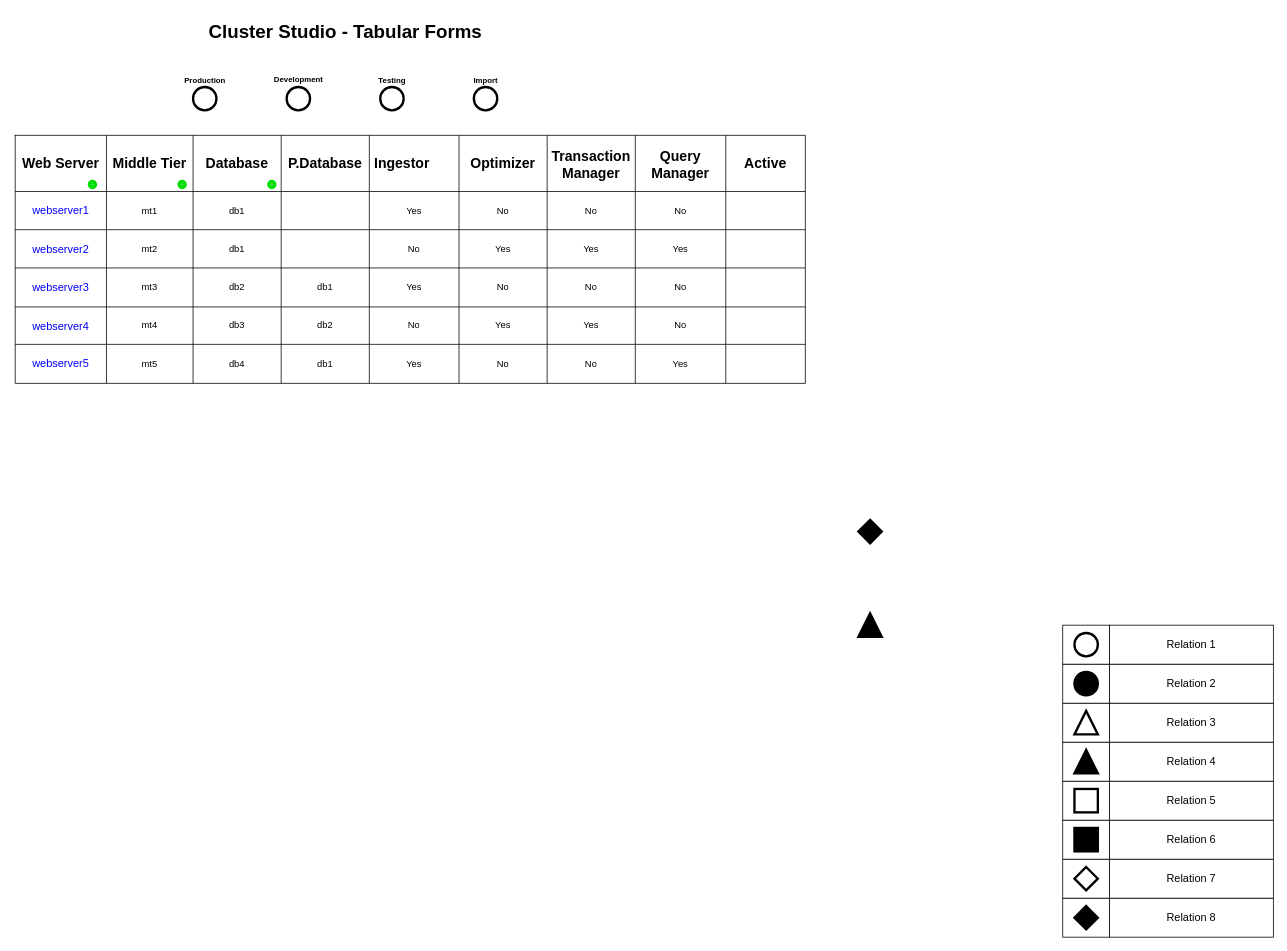
The draw.io diagram Untitled Diagram.drawio in rizwan0612/TestProject, before the edit. Source tidied: cells renumbered, new cells numbered last; positions are measured from the earlier drawing's top-left corner, leaving out a move shared by most shapes. Both pictures are drawn from the tidied source at 78%, with x=0, y=0 at pixel (15, 16). Pictures stored in the file or linked from it are replaced by grey dashed boxes.
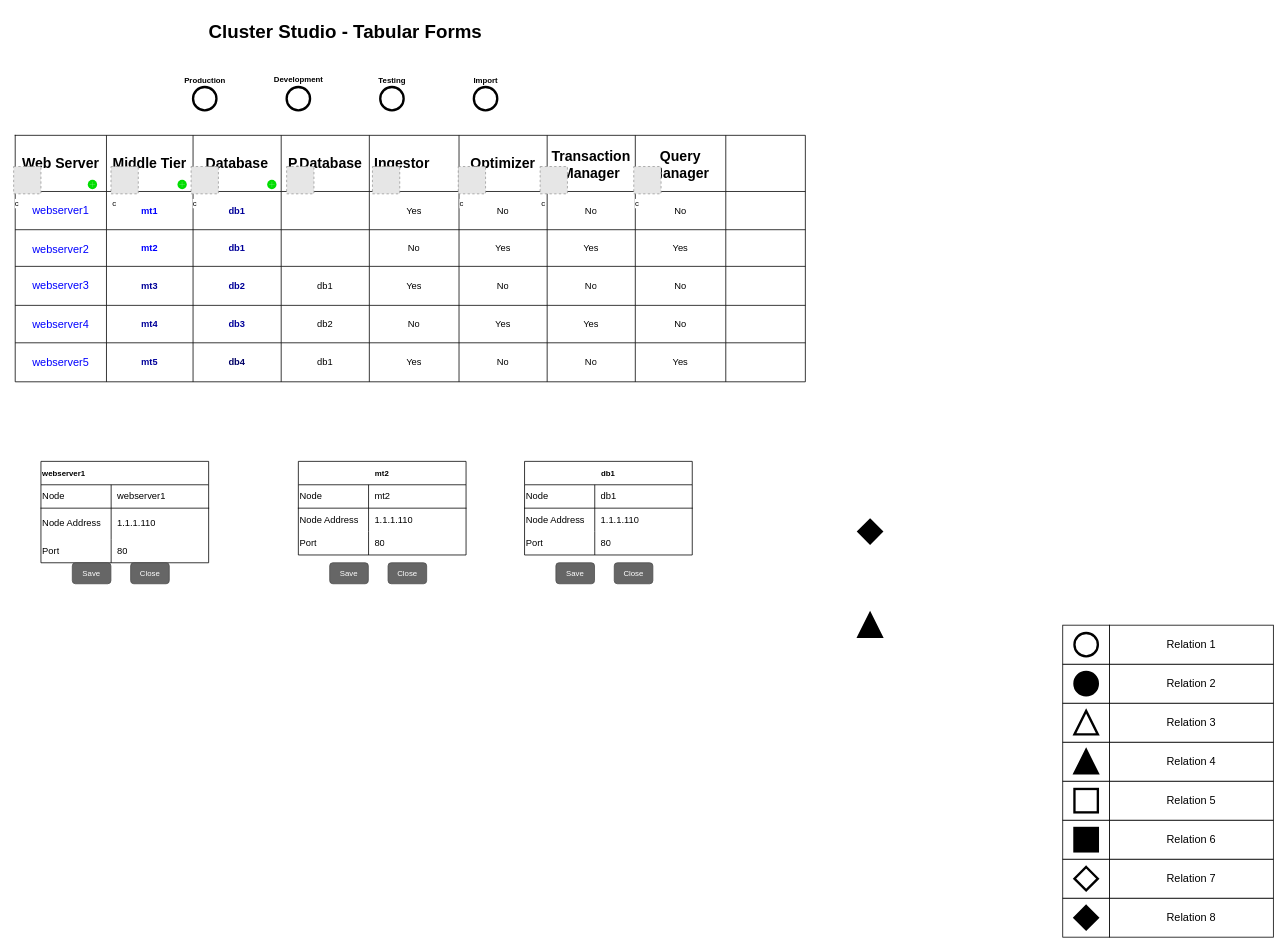
After the change.

Unchanged cells that the change refers to:
```xml
<mxCell id="3" style="shape=partialRectangle;html=1;whiteSpace=wrap;fillColor=none;top=0;left=0;bottom=0;right=0;" parent="2" vertex="1">
  <mxGeometry width="1013" height="72" as="geometry" />
</mxCell>
<mxCell id="13" style="shape=partialRectangle;html=1;whiteSpace=wrap;fillColor=none;top=0;left=0;bottom=0;right=0;" parent="2" vertex="1">
  <mxGeometry y="72" width="1013" height="49" as="geometry" />
</mxCell>
```

What changed in the source:
```diff
@@
     <mxCell id="2" style="shape=table;html=1;whiteSpace=wrap;startSize=0;childLayout=tableLayout;" parent="1" vertex="1">
-      <mxGeometry y="152" width="1013" height="318" as="geometry" />
+      <mxGeometry y="152" width="1013" height="316" as="geometry" />
     </mxCell>
@@
-    <mxCell id="12" value="&lt;h2&gt;Active&lt;/h2&gt;" style="shape=partialRectangle;html=1;whiteSpace=wrap;overflow=hidden;fillColor=none;top=0;left=0;bottom=0;right=0;" parent="3" vertex="1">
+    <mxCell id="12" value="&lt;h2&gt;&lt;br&gt;&lt;/h2&gt;" style="shape=partialRectangle;html=1;whiteSpace=wrap;overflow=hidden;fillColor=none;top=0;left=0;bottom=0;right=0;" parent="3" vertex="1">
       <mxGeometry x="911" width="102" height="72" as="geometry" />
     </mxCell>
@@
-    <mxCell id="15" value="mt1" style="shape=partialRectangle;html=1;whiteSpace=wrap;overflow=hidden;fillColor=none;top=0;left=0;bottom=0;right=0;" parent="13" vertex="1">
+    <mxCell id="15" value="&lt;font color=&quot;#0000ff&quot;&gt;&lt;b&gt;mt1&lt;/b&gt;&lt;/font&gt;" style="shape=partialRectangle;html=1;whiteSpace=wrap;overflow=hidden;fillColor=none;top=0;left=0;bottom=0;right=0;" parent="13" vertex="1">
       <mxGeometry x="117" width="111" height="49" as="geometry" />
     </mxCell>
-    <mxCell id="16" value="db1" style="shape=partialRectangle;html=1;whiteSpace=wrap;overflow=hidden;fillColor=none;top=0;left=0;bottom=0;right=0;" parent="13" vertex="1">
+    <mxCell id="16" value="&lt;font color=&quot;#000099&quot;&gt;&lt;b&gt;db1&lt;/b&gt;&lt;/font&gt;" style="shape=partialRectangle;html=1;whiteSpace=wrap;overflow=hidden;fillColor=none;top=0;left=0;bottom=0;right=0;" parent="13" vertex="1">
       <mxGeometry x="228" width="113" height="49" as="geometry" />
     </mxCell>
@@
     <mxCell id="23" style="shape=partialRectangle;html=1;whiteSpace=wrap;fillColor=none;top=0;left=0;bottom=0;right=0;" parent="2" vertex="1">
-      <mxGeometry y="121" width="1013" height="49" as="geometry" />
+      <mxGeometry y="121" width="1013" height="47" as="geometry" />
     </mxCell>
     <mxCell id="24" value="&lt;h3&gt;&lt;span style=&quot;font-weight: normal&quot;&gt;&lt;font color=&quot;#0000ff&quot;&gt;webserver2&lt;/font&gt;&lt;/span&gt;&lt;/h3&gt;" style="shape=partialRectangle;html=1;whiteSpace=wrap;overflow=hidden;fillColor=none;top=0;left=0;bottom=0;right=0;" parent="23" vertex="1">
-      <mxGeometry width="117" height="49" as="geometry" />
+      <mxGeometry width="117" height="47" as="geometry" />
     </mxCell>
-    <mxCell id="25" value="mt2" style="shape=partialRectangle;html=1;whiteSpace=wrap;overflow=hidden;fillColor=none;top=0;left=0;bottom=0;right=0;" parent="23" vertex="1">
-      <mxGeometry x="117" width="111" height="49" as="geometry" />
+    <mxCell id="25" value="&lt;font color=&quot;#0000ff&quot;&gt;&lt;b&gt;mt2&lt;/b&gt;&lt;/font&gt;" style="shape=partialRectangle;html=1;whiteSpace=wrap;overflow=hidden;fillColor=none;top=0;left=0;bottom=0;right=0;" parent="23" vertex="1">
+      <mxGeometry x="117" width="111" height="47" as="geometry" />
     </mxCell>
-    <mxCell id="26" value="db1" style="shape=partialRectangle;html=1;whiteSpace=wrap;overflow=hidden;fillColor=none;top=0;left=0;bottom=0;right=0;" parent="23" vertex="1">
-      <mxGeometry x="228" width="113" height="49" as="geometry" />
+    <mxCell id="26" value="&lt;font color=&quot;#000099&quot;&gt;&lt;b&gt;db1&lt;/b&gt;&lt;/font&gt;" style="shape=partialRectangle;html=1;whiteSpace=wrap;overflow=hidden;fillColor=none;top=0;left=0;bottom=0;right=0;" parent="23" vertex="1">
+      <mxGeometry x="228" width="113" height="47" as="geometry" />
     </mxCell>
     <mxCell id="27" style="shape=partialRectangle;html=1;whiteSpace=wrap;overflow=hidden;fillColor=none;top=0;left=0;bottom=0;right=0;" parent="23" vertex="1">
-      <mxGeometry x="341" width="113" height="49" as="geometry" />
+      <mxGeometry x="341" width="113" height="47" as="geometry" />
     </mxCell>
     <mxCell id="28" value="No" style="shape=partialRectangle;html=1;whiteSpace=wrap;overflow=hidden;fillColor=none;top=0;left=0;bottom=0;right=0;" parent="23" vertex="1">
-      <mxGeometry x="454" width="115" height="49" as="geometry" />
+      <mxGeometry x="454" width="115" height="47" as="geometry" />
     </mxCell>
     <mxCell id="29" value="Yes" style="shape=partialRectangle;html=1;whiteSpace=wrap;overflow=hidden;fillColor=none;top=0;left=0;bottom=0;right=0;" parent="23" vertex="1">
-      <mxGeometry x="569" width="113" height="49" as="geometry" />
+      <mxGeometry x="569" width="113" height="47" as="geometry" />
     </mxCell>
     <mxCell id="30" value="Yes" style="shape=partialRectangle;html=1;whiteSpace=wrap;overflow=hidden;fillColor=none;top=0;left=0;bottom=0;right=0;" parent="23" vertex="1">
-      <mxGeometry x="682" width="113" height="49" as="geometry" />
+      <mxGeometry x="682" width="113" height="47" as="geometry" />
     </mxCell>
     <mxCell id="31" value="Yes" style="shape=partialRectangle;html=1;whiteSpace=wrap;overflow=hidden;fillColor=none;top=0;left=0;bottom=0;right=0;" parent="23" vertex="1">
-      <mxGeometry x="795" width="116" height="49" as="geometry" />
+      <mxGeometry x="795" width="116" height="47" as="geometry" />
     </mxCell>
     <mxCell id="32" style="shape=partialRectangle;html=1;whiteSpace=wrap;overflow=hidden;fillColor=none;top=0;left=0;bottom=0;right=0;" parent="23" vertex="1">
-      <mxGeometry x="911" width="102" height="49" as="geometry" />
+      <mxGeometry x="911" width="102" height="47" as="geometry" />
     </mxCell>
     <mxCell id="33" style="shape=partialRectangle;html=1;whiteSpace=wrap;fillColor=none;top=0;left=0;bottom=0;right=0;" parent="2" vertex="1">
-      <mxGeometry y="170" width="1013" height="50" as="geometry" />
+      <mxGeometry y="168" width="1013" height="50" as="geometry" />
     </mxCell>
@@
-    <mxCell id="35" value="mt3" style="shape=partialRectangle;html=1;whiteSpace=wrap;overflow=hidden;fillColor=none;top=0;left=0;bottom=0;right=0;" parent="33" vertex="1">
+    <mxCell id="35" value="&lt;font color=&quot;#000099&quot;&gt;&lt;b&gt;mt3&lt;/b&gt;&lt;/font&gt;" style="shape=partialRectangle;html=1;whiteSpace=wrap;overflow=hidden;fillColor=none;top=0;left=0;bottom=0;right=0;" parent="33" vertex="1">
       <mxGeometry x="117" width="111" height="50" as="geometry" />
     </mxCell>
-    <mxCell id="36" value="db2" style="shape=partialRectangle;html=1;whiteSpace=wrap;overflow=hidden;fillColor=none;top=0;left=0;bottom=0;right=0;" parent="33" vertex="1">
+    <mxCell id="36" value="&lt;font color=&quot;#000099&quot;&gt;&lt;b&gt;db2&lt;/b&gt;&lt;/font&gt;" style="shape=partialRectangle;html=1;whiteSpace=wrap;overflow=hidden;fillColor=none;top=0;left=0;bottom=0;right=0;" parent="33" vertex="1">
       <mxGeometry x="228" width="113" height="50" as="geometry" />
     </mxCell>
@@
     <mxCell id="43" style="shape=partialRectangle;html=1;whiteSpace=wrap;fillColor=none;top=0;left=0;bottom=0;right=0;" parent="2" vertex="1">
-      <mxGeometry y="220" width="1013" height="48" as="geometry" />
+      <mxGeometry y="218" width="1013" height="48" as="geometry" />
     </mxCell>
@@
-    <mxCell id="45" value="mt4" style="shape=partialRectangle;html=1;whiteSpace=wrap;overflow=hidden;fillColor=none;top=0;left=0;bottom=0;right=0;" parent="43" vertex="1">
+    <mxCell id="45" value="&lt;font color=&quot;#000099&quot;&gt;&lt;b&gt;mt4&lt;/b&gt;&lt;/font&gt;" style="shape=partialRectangle;html=1;whiteSpace=wrap;overflow=hidden;fillColor=none;top=0;left=0;bottom=0;right=0;" parent="43" vertex="1">
       <mxGeometry x="117" width="111" height="48" as="geometry" />
     </mxCell>
-    <mxCell id="46" value="db3" style="shape=partialRectangle;html=1;whiteSpace=wrap;overflow=hidden;fillColor=none;top=0;left=0;bottom=0;right=0;" parent="43" vertex="1">
+    <mxCell id="46" value="&lt;font color=&quot;#000099&quot;&gt;&lt;b&gt;db3&lt;/b&gt;&lt;/font&gt;" style="shape=partialRectangle;html=1;whiteSpace=wrap;overflow=hidden;fillColor=none;top=0;left=0;bottom=0;right=0;" parent="43" vertex="1">
       <mxGeometry x="228" width="113" height="48" as="geometry" />
     </mxCell>
@@
     <mxCell id="53" style="shape=partialRectangle;html=1;whiteSpace=wrap;fillColor=none;top=0;left=0;bottom=0;right=0;" parent="2" vertex="1">
-      <mxGeometry y="268" width="1013" height="50" as="geometry" />
+      <mxGeometry y="266" width="1013" height="50" as="geometry" />
     </mxCell>
@@
-    <mxCell id="55" value="mt5" style="shape=partialRectangle;html=1;whiteSpace=wrap;overflow=hidden;fillColor=none;top=0;left=0;bottom=0;right=0;" parent="53" vertex="1">
+    <mxCell id="55" value="&lt;font color=&quot;#000099&quot;&gt;&lt;b&gt;mt5&lt;/b&gt;&lt;/font&gt;" style="shape=partialRectangle;html=1;whiteSpace=wrap;overflow=hidden;fillColor=none;top=0;left=0;bottom=0;right=0;" parent="53" vertex="1">
       <mxGeometry x="117" width="111" height="50" as="geometry" />
     </mxCell>
-    <mxCell id="56" value="db4" style="shape=partialRectangle;html=1;whiteSpace=wrap;overflow=hidden;fillColor=none;top=0;left=0;bottom=0;right=0;" parent="53" vertex="1">
+    <mxCell id="56" value="&lt;font color=&quot;#000066&quot;&gt;&lt;b&gt;db4&lt;/b&gt;&lt;/font&gt;" style="shape=partialRectangle;html=1;whiteSpace=wrap;overflow=hidden;fillColor=none;top=0;left=0;bottom=0;right=0;" parent="53" vertex="1">
       <mxGeometry x="228" width="113" height="50" as="geometry" />
     </mxCell>
@@
+    <mxCell id="102" value="webserver1" style="shape=table;html=1;whiteSpace=wrap;startSize=30;childLayout=tableLayout;rowLines=0;fontStyle=1;align=left;fontSize=10;" parent="1" vertex="1">
+      <mxGeometry x="33" y="570" width="215" height="130" as="geometry" />
+    </mxCell>
+    <mxCell id="103" style="shape=partialRectangle;html=1;whiteSpace=wrap;fillColor=none;top=0;left=0;bottom=1;right=0;" parent="102" vertex="1">
+      <mxGeometry y="30" width="215" height="30" as="geometry" />
+    </mxCell>
+    <mxCell id="104" value="Node" style="shape=partialRectangle;html=1;whiteSpace=wrap;fillColor=none;top=0;left=0;bottom=0;right=0;overflow=hidden;align=left;" parent="103" vertex="1">
+      <mxGeometry width="90" height="30" as="geometry" />
+    </mxCell>
+    <mxCell id="105" value="webserver1" style="shape=partialRectangle;html=1;whiteSpace=wrap;fillColor=none;top=0;left=0;bottom=0;right=0;align=left;spacingLeft=6;overflow=hidden;" parent="103" vertex="1">
+      <mxGeometry x="90" width="125" height="30" as="geometry" />
+    </mxCell>
+    <mxCell id="106" style="shape=partialRectangle;html=1;whiteSpace=wrap;fillColor=none;top=0;left=0;bottom=0;right=0;" parent="102" vertex="1">
+      <mxGeometry y="60" width="215" height="40" as="geometry" />
+    </mxCell>
+    <mxCell id="107" value="Node Address" style="shape=partialRectangle;html=1;whiteSpace=wrap;fillColor=none;top=0;left=0;bottom=0;right=0;overflow=hidden;align=left;" parent="106" vertex="1">
+      <mxGeometry width="90" height="40" as="geometry" />
+    </mxCell>
+    <mxCell id="108" value="1.1.1.110" style="shape=partialRectangle;html=1;whiteSpace=wrap;fillColor=none;top=0;left=0;bottom=0;right=0;align=left;spacingLeft=6;overflow=hidden;" parent="106" vertex="1">
+      <mxGeometry x="90" width="125" height="40" as="geometry" />
+    </mxCell>
+    <mxCell id="109" style="shape=partialRectangle;html=1;whiteSpace=wrap;fillColor=none;top=0;left=0;bottom=0;right=0;" parent="102" vertex="1">
+      <mxGeometry y="100" width="215" height="30" as="geometry" />
+    </mxCell>
+    <mxCell id="110" value="Port" style="shape=partialRectangle;html=1;whiteSpace=wrap;fillColor=none;top=0;left=0;bottom=0;right=0;overflow=hidden;align=left;" parent="109" vertex="1">
+      <mxGeometry width="90" height="30" as="geometry" />
+    </mxCell>
+    <mxCell id="111" value="80" style="shape=partialRectangle;html=1;whiteSpace=wrap;fillColor=none;top=0;left=0;bottom=0;right=0;align=left;spacingLeft=6;overflow=hidden;" parent="109" vertex="1">
+      <mxGeometry x="90" width="125" height="30" as="geometry" />
+    </mxCell>
@@
+    <mxCell id="112" value="Save" style="rounded=1;html=1;shadow=0;dashed=0;whiteSpace=wrap;fontSize=10;fillColor=#666666;align=center;strokeColor=#4D4D4D;fontColor=#ffffff;" parent="1" vertex="1">
+      <mxGeometry x="73.2" y="700" width="49.5" height="26.9" as="geometry" />
+    </mxCell>
+    <mxCell id="113" value="Close" style="rounded=1;html=1;shadow=0;dashed=0;whiteSpace=wrap;fontSize=10;fillColor=#666666;align=center;strokeColor=#4D4D4D;fontColor=#ffffff;" parent="1" vertex="1">
+      <mxGeometry x="148" y="700" width="49.5" height="26.9" as="geometry" />
+    </mxCell>
+    <mxCell id="114" value="Save" style="rounded=1;html=1;shadow=0;dashed=0;whiteSpace=wrap;fontSize=10;fillColor=#666666;align=center;strokeColor=#4D4D4D;fontColor=#ffffff;" parent="1" vertex="1">
+      <mxGeometry x="403.2" y="700" width="49.5" height="26.9" as="geometry" />
+    </mxCell>
+    <mxCell id="115" value="Close" style="rounded=1;html=1;shadow=0;dashed=0;whiteSpace=wrap;fontSize=10;fillColor=#666666;align=center;strokeColor=#4D4D4D;fontColor=#ffffff;" parent="1" vertex="1">
+      <mxGeometry x="478" y="700" width="49.5" height="26.9" as="geometry" />
+    </mxCell>
+    <mxCell id="116" value="mt2" style="shape=table;html=1;whiteSpace=wrap;startSize=30;childLayout=tableLayout;rowLines=0;fontStyle=1;align=center;fontSize=10;" parent="1" vertex="1">
+      <mxGeometry x="363" y="570" width="215" height="120" as="geometry" />
+    </mxCell>
+    <mxCell id="117" style="shape=partialRectangle;html=1;whiteSpace=wrap;fillColor=none;top=0;left=0;bottom=1;right=0;" parent="116" vertex="1">
+      <mxGeometry y="30" width="215" height="30" as="geometry" />
+    </mxCell>
+    <mxCell id="118" value="Node" style="shape=partialRectangle;html=1;whiteSpace=wrap;fillColor=none;top=0;left=0;bottom=0;right=0;overflow=hidden;align=left;" parent="117" vertex="1">
+      <mxGeometry width="90" height="30" as="geometry" />
+    </mxCell>
+    <mxCell id="119" value="mt2" style="shape=partialRectangle;html=1;whiteSpace=wrap;fillColor=none;top=0;left=0;bottom=0;right=0;align=left;spacingLeft=6;overflow=hidden;" parent="117" vertex="1">
+      <mxGeometry x="90" width="125" height="30" as="geometry" />
+    </mxCell>
+    <mxCell id="120" style="shape=partialRectangle;html=1;whiteSpace=wrap;fillColor=none;top=0;left=0;bottom=0;right=0;" parent="116" vertex="1">
+      <mxGeometry y="60" width="215" height="30" as="geometry" />
+    </mxCell>
+    <mxCell id="121" value="Node Address" style="shape=partialRectangle;html=1;whiteSpace=wrap;fillColor=none;top=0;left=0;bottom=0;right=0;overflow=hidden;align=left;" parent="120" vertex="1">
+      <mxGeometry width="90" height="30" as="geometry" />
+    </mxCell>
+    <mxCell id="122" value="1.1.1.110" style="shape=partialRectangle;html=1;whiteSpace=wrap;fillColor=none;top=0;left=0;bottom=0;right=0;align=left;spacingLeft=6;overflow=hidden;" parent="120" vertex="1">
+      <mxGeometry x="90" width="125" height="30" as="geometry" />
+    </mxCell>
+    <mxCell id="123" style="shape=partialRectangle;html=1;whiteSpace=wrap;fillColor=none;top=0;left=0;bottom=0;right=0;" parent="116" vertex="1">
+      <mxGeometry y="90" width="215" height="30" as="geometry" />
+    </mxCell>
+    <mxCell id="124" value="Port" style="shape=partialRectangle;html=1;whiteSpace=wrap;fillColor=none;top=0;left=0;bottom=0;right=0;overflow=hidden;align=left;" parent="123" vertex="1">
+      <mxGeometry width="90" height="30" as="geometry" />
+    </mxCell>
+    <mxCell id="125" value="80" style="shape=partialRectangle;html=1;whiteSpace=wrap;fillColor=none;top=0;left=0;bottom=0;right=0;align=left;spacingLeft=6;overflow=hidden;" parent="123" vertex="1">
+      <mxGeometry x="90" width="125" height="30" as="geometry" />
+    </mxCell>
+    <mxCell id="126" value="Save" style="rounded=1;html=1;shadow=0;dashed=0;whiteSpace=wrap;fontSize=10;fillColor=#666666;align=center;strokeColor=#4D4D4D;fontColor=#ffffff;" parent="1" vertex="1">
+      <mxGeometry x="693.2" y="700" width="49.5" height="26.9" as="geometry" />
+    </mxCell>
+    <mxCell id="127" value="Close" style="rounded=1;html=1;shadow=0;dashed=0;whiteSpace=wrap;fontSize=10;fillColor=#666666;align=center;strokeColor=#4D4D4D;fontColor=#ffffff;" parent="1" vertex="1">
+      <mxGeometry x="768" y="700" width="49.5" height="26.9" as="geometry" />
+    </mxCell>
+    <mxCell id="128" value="db1" style="shape=table;html=1;whiteSpace=wrap;startSize=30;childLayout=tableLayout;rowLines=0;fontStyle=1;align=center;fontSize=10;" parent="1" vertex="1">
+      <mxGeometry x="653" y="570" width="215" height="120" as="geometry" />
+    </mxCell>
+    <mxCell id="129" style="shape=partialRectangle;html=1;whiteSpace=wrap;fillColor=none;top=0;left=0;bottom=1;right=0;" parent="128" vertex="1">
+      <mxGeometry y="30" width="215" height="30" as="geometry" />
+    </mxCell>
+    <mxCell id="130" value="Node" style="shape=partialRectangle;html=1;whiteSpace=wrap;fillColor=none;top=0;left=0;bottom=0;right=0;overflow=hidden;align=left;" parent="129" vertex="1">
+      <mxGeometry width="90" height="30" as="geometry" />
+    </mxCell>
+    <mxCell id="131" value="db1" style="shape=partialRectangle;html=1;whiteSpace=wrap;fillColor=none;top=0;left=0;bottom=0;right=0;align=left;spacingLeft=6;overflow=hidden;" parent="129" vertex="1">
+      <mxGeometry x="90" width="125" height="30" as="geometry" />
+    </mxCell>
+    <mxCell id="132" style="shape=partialRectangle;html=1;whiteSpace=wrap;fillColor=none;top=0;left=0;bottom=0;right=0;" parent="128" vertex="1">
+      <mxGeometry y="60" width="215" height="30" as="geometry" />
+    </mxCell>
+    <mxCell id="133" value="Node Address" style="shape=partialRectangle;html=1;whiteSpace=wrap;fillColor=none;top=0;left=0;bottom=0;right=0;overflow=hidden;align=left;" parent="132" vertex="1">
+      <mxGeometry width="90" height="30" as="geometry" />
+    </mxCell>
+    <mxCell id="134" value="1.1.1.110" style="shape=partialRectangle;html=1;whiteSpace=wrap;fillColor=none;top=0;left=0;bottom=0;right=0;align=left;spacingLeft=6;overflow=hidden;" parent="132" vertex="1">
+      <mxGeometry x="90" width="125" height="30" as="geometry" />
+    </mxCell>
+    <mxCell id="135" style="shape=partialRectangle;html=1;whiteSpace=wrap;fillColor=none;top=0;left=0;bottom=0;right=0;" parent="128" vertex="1">
+      <mxGeometry y="90" width="215" height="30" as="geometry" />
+    </mxCell>
+    <mxCell id="136" value="Port" style="shape=partialRectangle;html=1;whiteSpace=wrap;fillColor=none;top=0;left=0;bottom=0;right=0;overflow=hidden;align=left;" parent="135" vertex="1">
+      <mxGeometry width="90" height="30" as="geometry" />
+    </mxCell>
+    <mxCell id="137" value="80" style="shape=partialRectangle;html=1;whiteSpace=wrap;fillColor=none;top=0;left=0;bottom=0;right=0;align=left;spacingLeft=6;overflow=hidden;" parent="135" vertex="1">
+      <mxGeometry x="90" width="125" height="30" as="geometry" />
+    </mxCell>
+    <mxCell id="138" value="c" style="fillColor=#E6E6E6;strokeColor=#999999;dashed=1;html=1;verticalAlign=top;verticalLabelPosition=bottom;labelBackgroundColor=#ffffff;fontSize=10;align=left;" parent="1" vertex="1">
+      <mxGeometry x="-2" y="192" width="35" height="35" as="geometry" />
+    </mxCell>
+    <mxCell id="139" value="c" style="fillColor=#E6E6E6;strokeColor=#999999;dashed=1;html=1;verticalAlign=top;verticalLabelPosition=bottom;labelBackgroundColor=#ffffff;fontSize=10;align=left;" parent="1" vertex="1">
+      <mxGeometry x="122.8" y="192" width="35" height="35" as="geometry" />
+    </mxCell>
+    <mxCell id="140" value="c" style="fillColor=#E6E6E6;strokeColor=#999999;dashed=1;html=1;verticalAlign=top;verticalLabelPosition=bottom;labelBackgroundColor=#ffffff;fontSize=10;align=left;" parent="1" vertex="1">
+      <mxGeometry x="225.5" y="192" width="35" height="35" as="geometry" />
+    </mxCell>
+    <mxCell id="141" style="fillColor=#E6E6E6;strokeColor=#999999;dashed=1;html=1;verticalAlign=top;verticalLabelPosition=bottom;labelBackgroundColor=#ffffff;fontSize=10;align=left;" parent="1" vertex="1">
+      <mxGeometry x="348" y="192" width="35" height="35" as="geometry" />
+    </mxCell>
+    <mxCell id="142" style="fillColor=#E6E6E6;strokeColor=#999999;dashed=1;html=1;verticalAlign=top;verticalLabelPosition=bottom;labelBackgroundColor=#ffffff;fontSize=10;align=left;" parent="1" vertex="1">
+      <mxGeometry x="458" y="192" width="35" height="35" as="geometry" />
+    </mxCell>
+    <mxCell id="143" value="c" style="fillColor=#E6E6E6;strokeColor=#999999;dashed=1;html=1;verticalAlign=top;verticalLabelPosition=bottom;labelBackgroundColor=#ffffff;fontSize=10;align=left;" parent="1" vertex="1">
+      <mxGeometry x="568" y="192" width="35" height="35" as="geometry" />
+    </mxCell>
+    <mxCell id="144" value="c" style="fillColor=#E6E6E6;strokeColor=#999999;dashed=1;html=1;verticalAlign=top;verticalLabelPosition=bottom;labelBackgroundColor=#ffffff;fontSize=10;align=left;" parent="1" vertex="1">
+      <mxGeometry x="673" y="192" width="35" height="35" as="geometry" />
+    </mxCell>
+    <mxCell id="145" value="c" style="fillColor=#E6E6E6;strokeColor=#999999;dashed=1;html=1;verticalAlign=top;verticalLabelPosition=bottom;labelBackgroundColor=#ffffff;fontSize=10;align=left;" parent="1" vertex="1">
+      <mxGeometry x="793" y="192" width="35" height="35" as="geometry" />
+    </mxCell>
```
